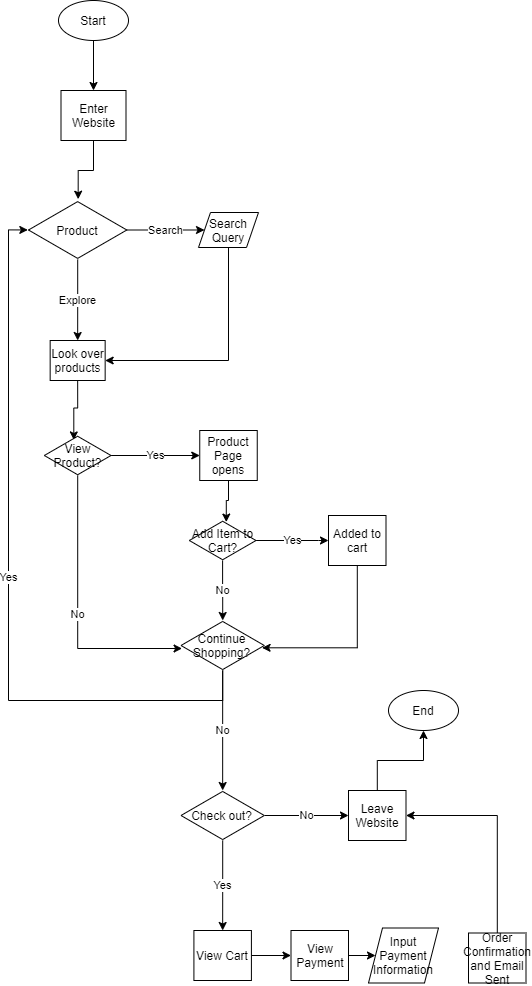
Before: part2/part2.drawio.png, a diagram exported from draw.io (asherbav/wi21-cse110-lab4). Source tidied: cells renumbered, new cells last; positions are measured from the earlier drawing's top-left corner, leaving out a move shared by most shapes.
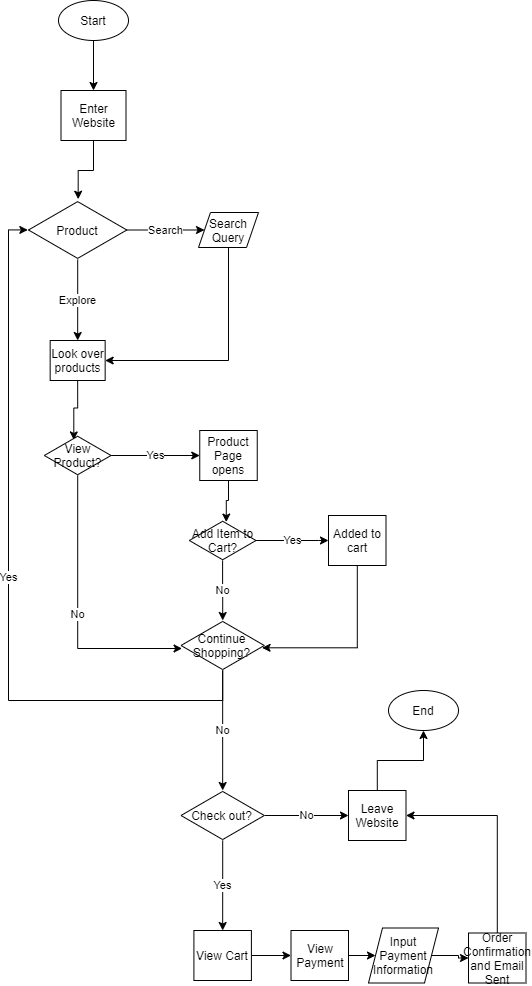
The same diagram one commit later.

Change to the diagram source:
```diff
@@ -119,6 +119,9 @@
     <mxCell id="34" value="View Payment" style="rounded=0;whiteSpace=wrap;html=1;" parent="1" vertex="1">
       <mxGeometry x="282.5" y="930" width="57.5" height="50" as="geometry" />
     </mxCell>
+    <mxCell id="39" style="edgeStyle=orthogonalEdgeStyle;rounded=0;jettySize=auto;html=1;entryX=0;entryY=0.5;entryDx=0;entryDy=0;" parent="1" edge="1" source="35" target="37">
+      <mxGeometry relative="1" as="geometry" />
+    </mxCell>
     <mxCell id="35" value="Input Payment Information" style="shape=parallelogram;perimeter=parallelogramPerimeter;whiteSpace=wrap;html=1;dashed=0;" parent="1" vertex="1">
       <mxGeometry x="360" y="927.5" width="70" height="55" as="geometry" />
     </mxCell>
```
